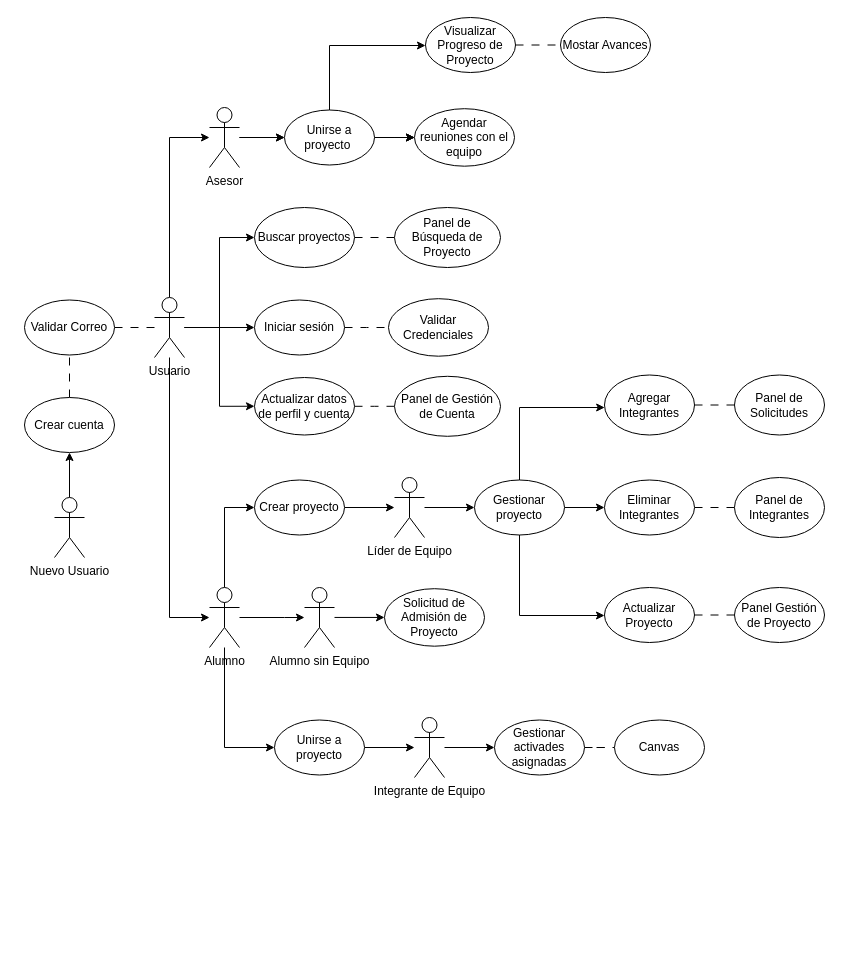
Before: docs/modeling/caso-de-uso.drawio in MrDonkey08/Link-Project, a draw.io diagram. Source tidied: cells renumbered, new cells numbered last; positions are measured from the earlier drawing's top-left corner, leaving out a move shared by most shapes. Both pictures are drawn from the tidied source at 100%, with x=0, y=0 at pixel (24, 17).
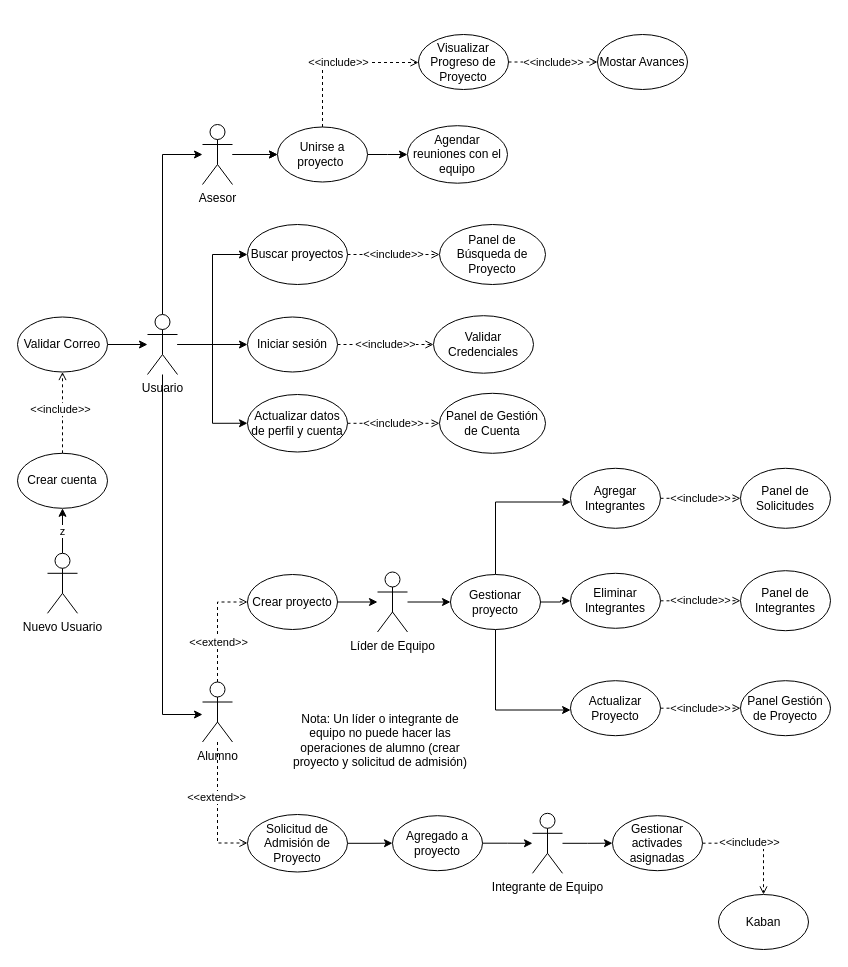
After the change.

Commit message:
Include and Extend

What changed in the source:
```diff
@@
-    <mxCell id="2" style="edgeStyle=orthogonalEdgeStyle;rounded=0;jettySize=auto;html=1;" parent="1" edge="1" source="3" target="5">
+    <mxCell id="2" value="z" style="edgeStyle=orthogonalEdgeStyle;rounded=0;jettySize=auto;html=1;" parent="1" edge="1" source="3" target="5">
       <mxGeometry relative="1" as="geometry" />
     </mxCell>
     <mxCell id="3" value="Nuevo Usuario" style="shape=umlActor;verticalLabelPosition=bottom;verticalAlign=top;html=1;outlineConnect=0;" parent="1" vertex="1">
-      <mxGeometry x="30" y="480" width="30" height="60" as="geometry" />
+      <mxGeometry x="23" y="535.8" width="30" height="60" as="geometry" />
     </mxCell>
-    <mxCell id="4" style="edgeStyle=orthogonalEdgeStyle;rounded=0;jettySize=auto;html=1;endArrow=none;endFill=0;dashed=1;dashPattern=8 8;" parent="1" edge="1" source="5" target="42">
+    <mxCell id="4" style="edgeStyle=orthogonalEdgeStyle;rounded=0;jettySize=auto;html=1;endArrow=open;endFill=0;dashed=1;" parent="1" edge="1" source="5" target="42">
       <mxGeometry relative="1" as="geometry" />
     </mxCell>
+    <mxCell id="66" value="&amp;lt;&amp;lt;include&amp;gt;&amp;gt;" style="edgeLabel;html=1;align=center;verticalAlign=middle;" parent="4" vertex="1">
+      <mxGeometry x="0.09" y="3" relative="1" as="geometry" />
+    </mxCell>
     <mxCell id="5" value="Crear cuenta" style="ellipse;whiteSpace=wrap;html=1;verticalAlign=middle;align=center;" parent="1" vertex="1">
-      <mxGeometry y="380" width="90" height="55" as="geometry" />
+      <mxGeometry x="-7" y="435.8" width="90" height="55" as="geometry" />
     </mxCell>
     <mxCell id="6" style="edgeStyle=orthogonalEdgeStyle;rounded=0;jettySize=auto;html=1;" parent="1" edge="1" source="11" target="13">
       <mxGeometry relative="1" as="geometry">
         <Array as="points">
-          <mxPoint x="145" y="120" />
+          <mxPoint x="138" y="137" />
         </Array>
       </mxGeometry>
     </mxCell>
     <mxCell id="7" style="edgeStyle=orthogonalEdgeStyle;rounded=0;jettySize=auto;html=1;" parent="1" edge="1" source="11" target="17">
       <mxGeometry relative="1" as="geometry">
         <Array as="points">
-          <mxPoint x="145" y="600" />
+          <mxPoint x="138" y="697" />
         </Array>
       </mxGeometry>
     </mxCell>
@@
     <mxCell id="11" value="Usuario" style="shape=umlActor;verticalLabelPosition=bottom;verticalAlign=top;html=1;outlineConnect=0;" parent="1" vertex="1">
-      <mxGeometry x="130" y="280" width="30" height="60" as="geometry" />
+      <mxGeometry x="123" y="297" width="30" height="60" as="geometry" />
     </mxCell>
@@
     <mxCell id="13" value="Asesor" style="shape=umlActor;verticalLabelPosition=bottom;verticalAlign=top;html=1;outlineConnect=0;" parent="1" vertex="1">
-      <mxGeometry x="185" y="90" width="30" height="60" as="geometry" />
+      <mxGeometry x="178" y="107" width="30" height="60" as="geometry" />
     </mxCell>
-    <mxCell id="14" style="edgeStyle=orthogonalEdgeStyle;rounded=0;jettySize=auto;html=1;entryX=0;entryY=0.5;entryDx=0;entryDy=0;" parent="1" edge="1" source="17" target="32">
+    <mxCell id="14" style="edgeStyle=orthogonalEdgeStyle;rounded=0;jettySize=auto;html=1;entryX=0;entryY=0.5;entryDx=0;entryDy=0;dashed=1;endArrow=open;endFill=0;" parent="1" edge="1" source="17" target="32">
       <mxGeometry relative="1" as="geometry">
         <Array as="points">
-          <mxPoint x="200" y="490" />
+          <mxPoint x="193" y="584.5" />
         </Array>
       </mxGeometry>
     </mxCell>
-    <mxCell id="15" style="edgeStyle=orthogonalEdgeStyle;rounded=0;jettySize=auto;html=1;entryX=0;entryY=0.5;entryDx=0;entryDy=0;" parent="1" edge="1" source="17" target="38">
-      <mxGeometry relative="1" as="geometry">
-        <Array as="points">
-          <mxPoint x="200" y="730" />
-        </Array>
-      </mxGeometry>
-    </mxCell>
-    <mxCell id="16" style="edgeStyle=orthogonalEdgeStyle;rounded=0;jettySize=auto;html=1;" parent="1" edge="1" source="17" target="61">
-      <mxGeometry relative="1" as="geometry">
-        <Array as="points">
-          <mxPoint x="260" y="600" />
-          <mxPoint x="260" y="600" />
-        </Array>
-      </mxGeometry>
-    </mxCell>
+    <mxCell id="67" value="&amp;lt;&amp;lt;extend&amp;gt;&amp;gt;" style="edgeLabel;html=1;align=center;verticalAlign=middle;" parent="14" vertex="1">
+      <mxGeometry x="-0.28" relative="1" as="geometry" />
+    </mxCell>
+    <mxCell id="68" style="edgeStyle=orthogonalEdgeStyle;rounded=0;jettySize=auto;html=1;dashed=1;endArrow=open;endFill=0;" parent="1" edge="1" source="17" target="62">
+      <mxGeometry relative="1" as="geometry">
+        <Array as="points">
+          <mxPoint x="193" y="825.5" />
+        </Array>
+      </mxGeometry>
+    </mxCell>
+    <mxCell id="69" value="&amp;lt;&amp;lt;extend&amp;gt;&amp;gt;" style="edgeLabel;html=1;align=center;verticalAlign=middle;" parent="68" vertex="1">
+      <mxGeometry x="-0.16" y="-2" relative="1" as="geometry" />
+    </mxCell>
     <mxCell id="17" value="Alumno" style="shape=umlActor;verticalLabelPosition=bottom;verticalAlign=top;html=1;outlineConnect=0;" parent="1" vertex="1">
-      <mxGeometry x="185" y="570" width="30" height="60" as="geometry" />
+      <mxGeometry x="178" y="664.5" width="30" height="60" as="geometry" />
     </mxCell>
@@
     <mxCell id="19" value="Líder de Equipo" style="shape=umlActor;verticalLabelPosition=bottom;verticalAlign=top;html=1;outlineConnect=0;" parent="1" vertex="1">
-      <mxGeometry x="370" y="460" width="30" height="60" as="geometry" />
+      <mxGeometry x="353" y="554.5" width="30" height="60" as="geometry" />
     </mxCell>
     <mxCell id="20" value="Agendar reuniones con el equipo" style="ellipse;whiteSpace=wrap;html=1;verticalAlign=middle;align=center;" parent="1" vertex="1">
-      <mxGeometry x="390" y="91.2" width="100" height="57.5" as="geometry" />
+      <mxGeometry x="383" y="108.2" width="100" height="57.5" as="geometry" />
     </mxCell>
@@
-    <mxCell id="23" style="edgeStyle=orthogonalEdgeStyle;rounded=0;jettySize=auto;html=1;" parent="1" edge="1" source="26" target="20">
-      <mxGeometry relative="1" as="geometry" />
-    </mxCell>
-    <mxCell id="24" style="edgeStyle=orthogonalEdgeStyle;rounded=0;jettySize=auto;html=1;" parent="1" edge="1" source="26" target="20">
-      <mxGeometry relative="1" as="geometry" />
-    </mxCell>
-    <mxCell id="25" style="edgeStyle=orthogonalEdgeStyle;rounded=0;jettySize=auto;html=1;" parent="1" edge="1" source="26" target="64">
+    <mxCell id="25" value="&amp;lt;&amp;lt;include&amp;gt;&amp;gt;" style="edgeStyle=orthogonalEdgeStyle;rounded=0;jettySize=auto;html=1;dashed=1;endArrow=open;endFill=0;" parent="1" edge="1" source="26" target="64">
       <mxGeometry relative="1" as="geometry">
         <Array as="points">
-          <mxPoint x="305" y="28" />
+          <mxPoint x="298" y="45" />
         </Array>
       </mxGeometry>
     </mxCell>
     <mxCell id="26" value="Unirse a proyecto&amp;nbsp;" style="ellipse;whiteSpace=wrap;html=1;verticalAlign=middle;align=center;" parent="1" vertex="1">
-      <mxGeometry x="260" y="92.5" width="90" height="55" as="geometry" />
+      <mxGeometry x="253" y="109.5" width="90" height="55" as="geometry" />
     </mxCell>
@@
     <mxCell id="28" style="edgeStyle=orthogonalEdgeStyle;rounded=0;jettySize=auto;html=1;exitX=0.5;exitY=1;exitDx=0;exitDy=0;" parent="1" edge="1" source="30" target="49">
       <mxGeometry relative="1" as="geometry">
         <Array as="points">
-          <mxPoint x="495" y="598" />
+          <mxPoint x="471" y="692.5" />
         </Array>
       </mxGeometry>
     </mxCell>
     <mxCell id="29" style="edgeStyle=orthogonalEdgeStyle;rounded=0;jettySize=auto;html=1;exitX=0.5;exitY=0;exitDx=0;exitDy=0;" parent="1" edge="1" source="30" target="51">
       <mxGeometry relative="1" as="geometry">
         <Array as="points">
-          <mxPoint x="495" y="390" />
+          <mxPoint x="471" y="484.5" />
         </Array>
       </mxGeometry>
     </mxCell>
     <mxCell id="30" value="Gestionar proyecto" style="ellipse;whiteSpace=wrap;html=1;verticalAlign=middle;align=center;" parent="1" vertex="1">
-      <mxGeometry x="450" y="462.5" width="90" height="55" as="geometry" />
+      <mxGeometry x="426" y="557" width="90" height="55" as="geometry" />
     </mxCell>
@@
     <mxCell id="32" value="Crear proyecto" style="ellipse;whiteSpace=wrap;html=1;verticalAlign=middle;align=center;" parent="1" vertex="1">
-      <mxGeometry x="230" y="462.5" width="90" height="55" as="geometry" />
+      <mxGeometry x="223" y="557" width="90" height="55" as="geometry" />
     </mxCell>
@@
     <mxCell id="34" value="Integrante de Equipo" style="shape=umlActor;verticalLabelPosition=bottom;verticalAlign=top;html=1;outlineConnect=0;" parent="1" vertex="1">
-      <mxGeometry x="390" y="700" width="30" height="60" as="geometry" />
+      <mxGeometry x="508" y="795.8" width="30" height="60" as="geometry" />
     </mxCell>
-    <mxCell id="35" style="edgeStyle=orthogonalEdgeStyle;rounded=0;jettySize=auto;html=1;endArrow=none;endFill=0;dashed=1;dashPattern=8 8;" parent="1" edge="1" source="36" target="58">
+    <mxCell id="35" style="edgeStyle=orthogonalEdgeStyle;rounded=0;jettySize=auto;html=1;endArrow=open;endFill=0;dashed=1;" parent="1" edge="1" source="36" target="58">
       <mxGeometry relative="1" as="geometry" />
     </mxCell>
+    <mxCell id="70" value="&amp;lt;&amp;lt;include&amp;gt;&amp;gt;" style="edgeLabel;html=1;align=center;verticalAlign=middle;" parent="35" vertex="1">
+      <mxGeometry x="-0.18" y="1" relative="1" as="geometry" />
+    </mxCell>
     <mxCell id="36" value="Gestionar activades asignadas" style="ellipse;whiteSpace=wrap;html=1;verticalAlign=middle;align=center;" parent="1" vertex="1">
-      <mxGeometry x="470" y="702.5" width="90" height="55" as="geometry" />
+      <mxGeometry x="588" y="798.2" width="90" height="55" as="geometry" />
     </mxCell>
@@
-    <mxCell id="38" value="Unirse a proyecto" style="ellipse;whiteSpace=wrap;html=1;verticalAlign=middle;align=center;" parent="1" vertex="1">
-      <mxGeometry x="250" y="702.5" width="90" height="55" as="geometry" />
+    <mxCell id="38" value="Agregado a proyecto" style="ellipse;whiteSpace=wrap;html=1;verticalAlign=middle;align=center;" parent="1" vertex="1">
+      <mxGeometry x="368" y="798.2" width="90" height="55" as="geometry" />
     </mxCell>
-    <mxCell id="39" style="edgeStyle=orthogonalEdgeStyle;rounded=0;jettySize=auto;html=1;endArrow=none;endFill=0;dashed=1;dashPattern=8 8;" parent="1" edge="1" source="40" target="54">
+    <mxCell id="39" value="&amp;lt;&amp;lt;include&amp;gt;&amp;gt;" style="edgeStyle=orthogonalEdgeStyle;rounded=0;jettySize=auto;html=1;endArrow=open;endFill=0;dashed=1;" parent="1" edge="1" source="40" target="54">
       <mxGeometry relative="1" as="geometry" />
     </mxCell>
     <mxCell id="40" value="Actualizar datos de perfil y cuenta" style="ellipse;whiteSpace=wrap;html=1;verticalAlign=middle;align=center;" parent="1" vertex="1">
-      <mxGeometry x="230" y="360" width="100" height="57.5" as="geometry" />
+      <mxGeometry x="223" y="377" width="100" height="57.5" as="geometry" />
     </mxCell>
-    <mxCell id="41" style="edgeStyle=orthogonalEdgeStyle;rounded=0;jettySize=auto;html=1;endArrow=none;endFill=0;dashed=1;dashPattern=8 8;" parent="1" edge="1" source="42" target="11">
+    <mxCell id="41" style="edgeStyle=orthogonalEdgeStyle;rounded=0;jettySize=auto;html=1;exitX=1;exitY=0.5;exitDx=0;exitDy=0;" parent="1" edge="1" source="42" target="11">
       <mxGeometry relative="1" as="geometry" />
     </mxCell>
     <mxCell id="42" value="Validar Correo" style="ellipse;whiteSpace=wrap;html=1;verticalAlign=middle;align=center;" parent="1" vertex="1">
-      <mxGeometry y="282.5" width="90" height="55" as="geometry" />
+      <mxGeometry x="-7" y="299.5" width="90" height="55" as="geometry" />
     </mxCell>
-    <mxCell id="43" style="edgeStyle=orthogonalEdgeStyle;rounded=0;jettySize=auto;html=1;endArrow=none;endFill=0;dashed=1;dashPattern=8 8;" parent="1" edge="1" source="44" target="45">
+    <mxCell id="43" value="&amp;lt;&amp;lt;include&amp;gt;&amp;gt;" style="edgeStyle=orthogonalEdgeStyle;rounded=0;jettySize=auto;html=1;endArrow=open;endFill=0;dashed=1;" parent="1" edge="1" source="44" target="45">
       <mxGeometry relative="1" as="geometry" />
     </mxCell>
     <mxCell id="44" value="Iniciar sesión" style="ellipse;whiteSpace=wrap;html=1;verticalAlign=middle;align=center;" parent="1" vertex="1">
-      <mxGeometry x="230" y="282.5" width="90" height="55" as="geometry" />
+      <mxGeometry x="223" y="299.5" width="90" height="55" as="geometry" />
     </mxCell>
     <mxCell id="45" value="Validar Credenciales" style="ellipse;whiteSpace=wrap;html=1;verticalAlign=middle;align=center;" parent="1" vertex="1">
-      <mxGeometry x="364" y="281.2" width="100" height="57.5" as="geometry" />
+      <mxGeometry x="409" y="298.2" width="100" height="57.5" as="geometry" />
     </mxCell>
-    <mxCell id="46" style="edgeStyle=orthogonalEdgeStyle;rounded=0;jettySize=auto;html=1;endArrow=none;endFill=0;dashed=1;dashPattern=8 8;" parent="1" edge="1" source="47" target="53">
+    <mxCell id="46" value="&amp;lt;&amp;lt;include&amp;gt;&amp;gt;" style="edgeStyle=orthogonalEdgeStyle;rounded=0;jettySize=auto;html=1;endArrow=open;endFill=0;dashed=1;" parent="1" edge="1" source="47" target="53">
       <mxGeometry relative="1" as="geometry" />
     </mxCell>
     <mxCell id="47" value="Eliminar Integrantes" style="ellipse;whiteSpace=wrap;html=1;verticalAlign=middle;align=center;" parent="1" vertex="1">
-      <mxGeometry x="580" y="462.5" width="90" height="55" as="geometry" />
+      <mxGeometry x="546" y="555.8" width="90" height="55" as="geometry" />
     </mxCell>
-    <mxCell id="48" style="edgeStyle=orthogonalEdgeStyle;rounded=0;jettySize=auto;html=1;endArrow=none;endFill=0;dashed=1;dashPattern=8 8;" parent="1" edge="1" source="49" target="59">
+    <mxCell id="48" value="&amp;lt;&amp;lt;include&amp;gt;&amp;gt;" style="edgeStyle=orthogonalEdgeStyle;rounded=0;jettySize=auto;html=1;endArrow=open;endFill=0;dashed=1;" parent="1" edge="1" source="49" target="59">
       <mxGeometry relative="1" as="geometry" />
     </mxCell>
     <mxCell id="49" value="Actualizar Proyecto" style="ellipse;whiteSpace=wrap;html=1;verticalAlign=middle;align=center;" parent="1" vertex="1">
-      <mxGeometry x="580" y="570" width="90" height="55" as="geometry" />
+      <mxGeometry x="546" y="663.2" width="90" height="55" as="geometry" />
     </mxCell>
-    <mxCell id="50" style="edgeStyle=orthogonalEdgeStyle;rounded=0;jettySize=auto;html=1;endArrow=none;endFill=0;dashed=1;dashPattern=8 8;" parent="1" edge="1" source="51" target="52">
+    <mxCell id="50" value="&amp;lt;&amp;lt;include&amp;gt;&amp;gt;" style="edgeStyle=orthogonalEdgeStyle;rounded=0;jettySize=auto;html=1;endArrow=open;endFill=0;dashed=1;" parent="1" edge="1" source="51" target="52">
       <mxGeometry relative="1" as="geometry" />
     </mxCell>
     <mxCell id="51" value="Agregar Integrantes" style="ellipse;whiteSpace=wrap;html=1;verticalAlign=middle;align=center;" parent="1" vertex="1">
-      <mxGeometry x="580" y="357.5" width="90" height="60" as="geometry" />
+      <mxGeometry x="546" y="450.8" width="90" height="60" as="geometry" />
     </mxCell>
     <mxCell id="52" value="Panel de Solicitudes" style="ellipse;whiteSpace=wrap;html=1;verticalAlign=middle;align=center;" parent="1" vertex="1">
-      <mxGeometry x="710" y="357.5" width="90" height="60" as="geometry" />
+      <mxGeometry x="716" y="450.8" width="90" height="60" as="geometry" />
     </mxCell>
     <mxCell id="53" value="Panel de Integrantes" style="ellipse;whiteSpace=wrap;html=1;verticalAlign=middle;align=center;" parent="1" vertex="1">
-      <mxGeometry x="710" y="460" width="90" height="60" as="geometry" />
+      <mxGeometry x="716" y="553.2" width="90" height="60" as="geometry" />
     </mxCell>
     <mxCell id="54" value="Panel de Gestión de Cuenta" style="ellipse;whiteSpace=wrap;html=1;verticalAlign=middle;align=center;" parent="1" vertex="1">
-      <mxGeometry x="370" y="358.8" width="106" height="60" as="geometry" />
+      <mxGeometry x="415" y="375.8" width="106" height="60" as="geometry" />
     </mxCell>
-    <mxCell id="55" style="edgeStyle=orthogonalEdgeStyle;rounded=0;jettySize=auto;html=1;endArrow=none;endFill=0;dashed=1;dashPattern=8 8;" parent="1" edge="1" source="56" target="57">
+    <mxCell id="55" value="&amp;lt;&amp;lt;include&amp;gt;&amp;gt;" style="edgeStyle=orthogonalEdgeStyle;rounded=0;jettySize=auto;html=1;endArrow=open;endFill=0;dashed=1;" parent="1" edge="1" source="56" target="57">
       <mxGeometry relative="1" as="geometry" />
     </mxCell>
     <mxCell id="56" value="Buscar proyectos" style="ellipse;whiteSpace=wrap;html=1;verticalAlign=middle;align=center;" parent="1" vertex="1">
-      <mxGeometry x="230" y="190" width="100" height="60" as="geometry" />
+      <mxGeometry x="223" y="207" width="100" height="60" as="geometry" />
     </mxCell>
     <mxCell id="57" value="Panel de Búsqueda de Proyecto" style="ellipse;whiteSpace=wrap;html=1;verticalAlign=middle;align=center;" parent="1" vertex="1">
-      <mxGeometry x="370" y="190" width="106" height="60" as="geometry" />
+      <mxGeometry x="415" y="207" width="106" height="60" as="geometry" />
     </mxCell>
-    <mxCell id="58" value="Canvas" style="ellipse;whiteSpace=wrap;html=1;verticalAlign=middle;align=center;" parent="1" vertex="1">
-      <mxGeometry x="590" y="702.5" width="90" height="55" as="geometry" />
+    <mxCell id="58" value="Kaban" style="ellipse;whiteSpace=wrap;html=1;verticalAlign=middle;align=center;" parent="1" vertex="1">
+      <mxGeometry x="694" y="877" width="90" height="55" as="geometry" />
     </mxCell>
     <mxCell id="59" value="Panel Gestión de Proyecto" style="ellipse;whiteSpace=wrap;html=1;verticalAlign=middle;align=center;" parent="1" vertex="1">
-      <mxGeometry x="710" y="570" width="90" height="55" as="geometry" />
+      <mxGeometry x="716" y="663.2" width="90" height="55" as="geometry" />
     </mxCell>
-    <mxCell id="60" style="edgeStyle=orthogonalEdgeStyle;rounded=0;jettySize=auto;html=1;entryX=0;entryY=0.5;entryDx=0;entryDy=0;" parent="1" edge="1" source="61" target="62">
-      <mxGeometry relative="1" as="geometry" />
-    </mxCell>
-    <mxCell id="61" value="Alumno sin Equipo" style="shape=umlActor;verticalLabelPosition=bottom;verticalAlign=top;html=1;outlineConnect=0;" parent="1" vertex="1">
-      <mxGeometry x="280" y="570" width="30" height="60" as="geometry" />
-    </mxCell>
+    <mxCell id="71" style="edgeStyle=orthogonalEdgeStyle;rounded=0;jettySize=auto;html=1;" parent="1" edge="1" source="62" target="38">
+      <mxGeometry relative="1" as="geometry" />
+    </mxCell>
     <mxCell id="62" value="Solicitud de Admisión de Proyecto" style="ellipse;whiteSpace=wrap;html=1;verticalAlign=middle;align=center;" parent="1" vertex="1">
-      <mxGeometry x="360" y="571.2" width="100" height="57.5" as="geometry" />
+      <mxGeometry x="223" y="797" width="100" height="57.5" as="geometry" />
     </mxCell>
-    <mxCell id="63" style="edgeStyle=orthogonalEdgeStyle;rounded=0;jettySize=auto;html=1;entryX=0;entryY=0.5;entryDx=0;entryDy=0;endArrow=none;endFill=0;dashed=1;dashPattern=8 8;" parent="1" edge="1" source="64" target="65">
+    <mxCell id="63" value="&amp;lt;&amp;lt;include&amp;gt;&amp;gt;" style="edgeStyle=orthogonalEdgeStyle;rounded=0;jettySize=auto;html=1;entryX=0;entryY=0.5;entryDx=0;entryDy=0;endArrow=open;endFill=0;dashed=1;" parent="1" edge="1" source="64" target="65">
       <mxGeometry relative="1" as="geometry" />
     </mxCell>
     <mxCell id="64" value="Visualizar Progreso de Proyecto" style="ellipse;whiteSpace=wrap;html=1;verticalAlign=middle;align=center;" parent="1" vertex="1">
-      <mxGeometry x="401" width="90" height="55" as="geometry" />
+      <mxGeometry x="394" y="17" width="90" height="55" as="geometry" />
     </mxCell>
     <mxCell id="65" value="Mostar Avances" style="ellipse;whiteSpace=wrap;html=1;verticalAlign=middle;align=center;" parent="1" vertex="1">
-      <mxGeometry x="536" width="90" height="55" as="geometry" />
+      <mxGeometry x="573" y="17" width="90" height="55" as="geometry" />
     </mxCell>
+    <mxCell id="72" value="Nota: Un líder o integrante de equipo no puede hacer las operaciones de alumno (crear proyecto y solicitud de admisión)" style="text;html=1;align=center;verticalAlign=middle;whiteSpace=wrap;rounded=0;" parent="1" vertex="1">
+      <mxGeometry x="263" y="679.5" width="186" height="87.5" as="geometry" />
+    </mxCell>
```
